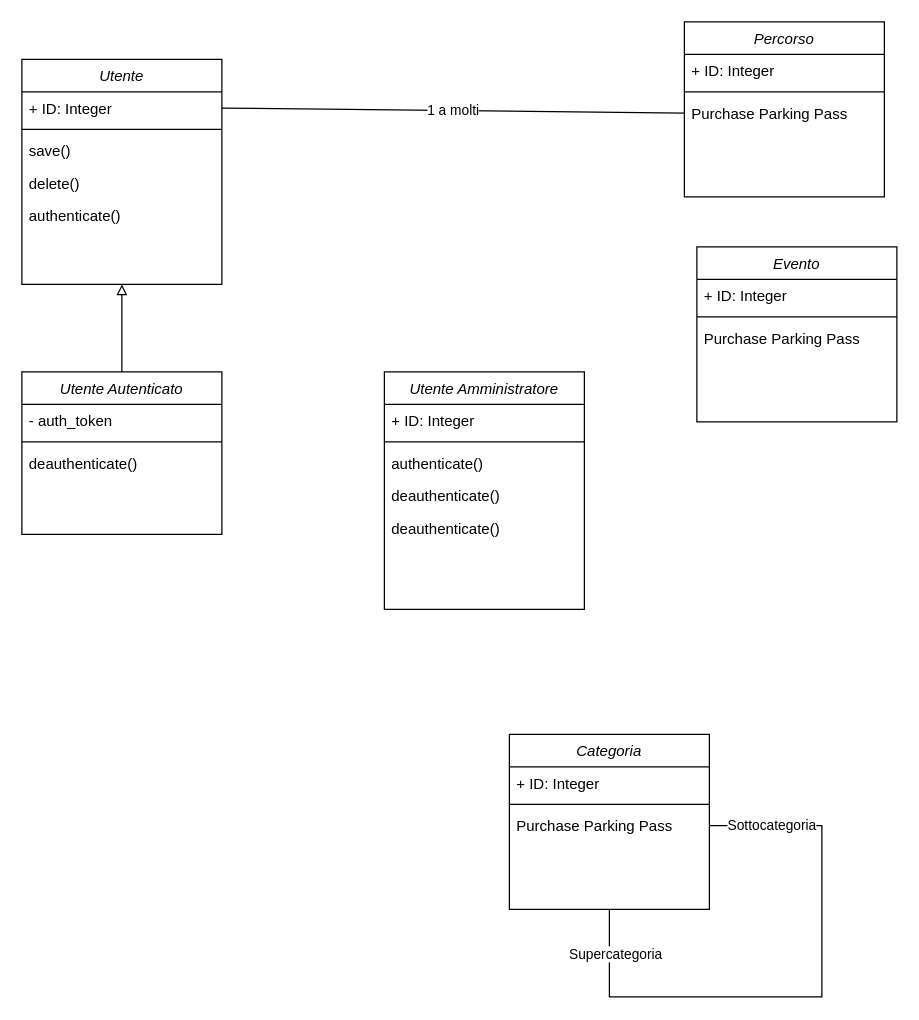
Before: Deliverable-2/class_diagram.drawio in ELI20ZIVI/BeeLive, a draw.io diagram. Source tidied: cells renumbered, new cells numbered last; positions are measured from the earlier drawing's top-left corner, leaving out a move shared by most shapes. Both pictures are drawn from the tidied source at 125%, with x=0, y=0 at pixel (21, 21).
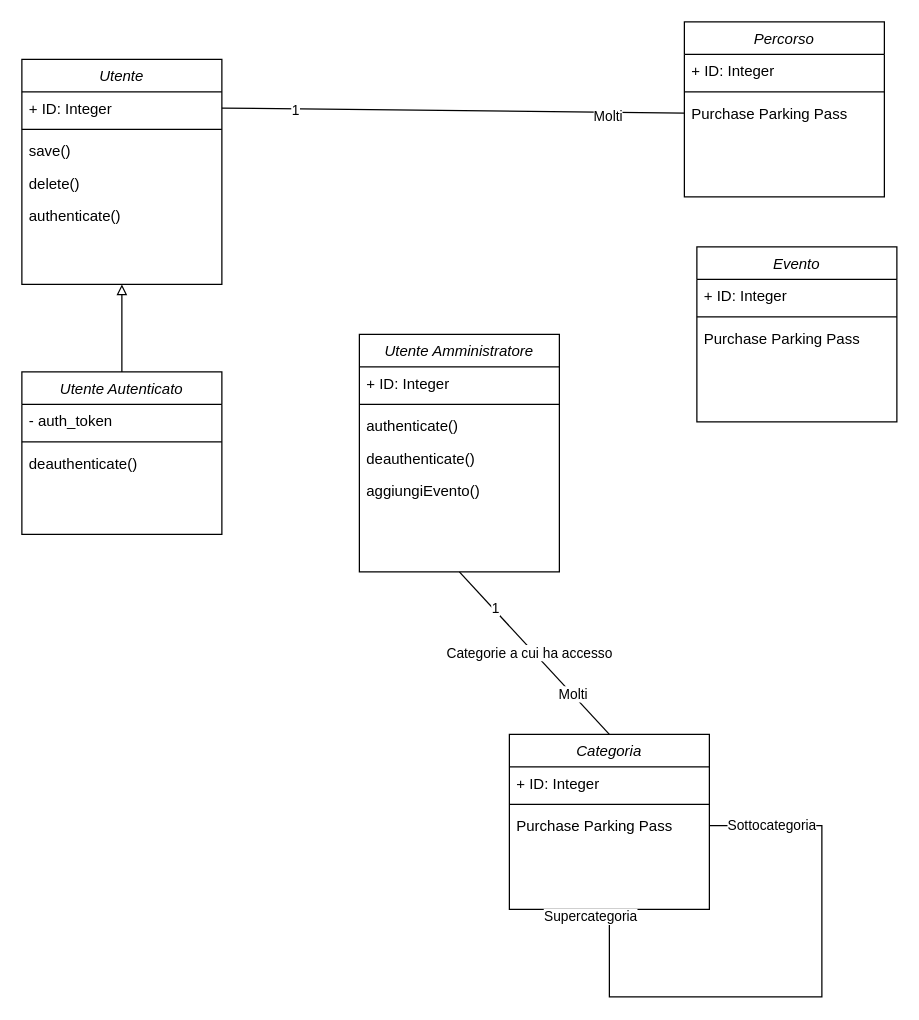
The same diagram, later.

Commit message:
class_diagram

Unchanged cells that the change refers to:
```xml
<mxCell id="3" value="+ ID: Integer" style="text;align=left;verticalAlign=top;spacingLeft=4;spacingRight=4;overflow=hidden;points=[[0,0.5],[1,0.5]];portConstraint=eastwest;" parent="2" vertex="1">
  <mxGeometry y="26" width="160" height="26" as="geometry" />
</mxCell>
<mxCell id="11" value="Purchase Parking Pass" style="text;align=left;verticalAlign=top;spacingLeft=4;spacingRight=4;overflow=hidden;points=[[0,0.5],[1,0.5]];portConstraint=eastwest;" parent="8" vertex="1">
  <mxGeometry y="60" width="160" height="26" as="geometry" />
</mxCell>
<mxCell id="28" value="Categoria" style="swimlane;fontStyle=2;align=center;verticalAlign=top;horizontal=1;startSize=26;rounded=0;shadow=0;strokeWidth=1;" parent="1" vertex="1">
  <mxGeometry x="390" y="570" width="160" height="140" as="geometry" />
</mxCell>
<mxCell id="31" style="edgeStyle=orthogonalEdgeStyle;rounded=0;jettySize=auto;html=1;exitX=1;exitY=0.5;exitDx=0;exitDy=0;entryX=0.5;entryY=1;entryDx=0;entryDy=0;endArrow=none;endFill=0;" parent="28" edge="1" source="34" target="28">
  <mxGeometry relative="1" as="geometry">
    <Array as="points">
      <mxPoint x="250" y="73" />
      <mxPoint x="250" y="210" />
      <mxPoint x="80" y="210" />
    </Array>
  </mxGeometry>
</mxCell>
```

Change to the diagram source:
```diff
@@
+    <mxCell id="35" style="rounded=0;jettySize=auto;html=1;exitX=0.5;exitY=1;exitDx=0;exitDy=0;entryX=0.5;entryY=0;entryDx=0;entryDy=0;endArrow=none;endFill=0;" parent="1" edge="1" source="17" target="28">
+      <mxGeometry relative="1" as="geometry" />
+    </mxCell>
+    <mxCell id="36" value="1" style="edgeLabel;html=1;align=center;verticalAlign=middle;" parent="35" vertex="1">
+      <mxGeometry x="-0.54" y="1" relative="1" as="geometry">
+        <mxPoint y="-1" as="offset" />
+      </mxGeometry>
+    </mxCell>
+    <mxCell id="37" value="Molti" style="edgeLabel;html=1;align=center;verticalAlign=middle;" parent="35" vertex="1">
+      <mxGeometry x="0.5" y="1" relative="1" as="geometry" />
+    </mxCell>
+    <mxCell id="38" value="Categorie a cui ha accesso" style="edgeLabel;html=1;align=center;verticalAlign=middle;" parent="35" vertex="1">
+      <mxGeometry x="-0.03" y="-4" relative="1" as="geometry">
+        <mxPoint y="-1" as="offset" />
+      </mxGeometry>
+    </mxCell>
     <mxCell id="17" value="Utente Amministratore" style="swimlane;fontStyle=2;align=center;verticalAlign=top;horizontal=1;startSize=26;rounded=0;shadow=0;strokeWidth=1;" parent="1" vertex="1">
-      <mxGeometry x="290" y="280" width="160" height="190" as="geometry" />
+      <mxGeometry x="270" y="250" width="160" height="190" as="geometry" />
     </mxCell>
@@
-    <mxCell id="22" value="deauthenticate()" style="text;align=left;verticalAlign=top;spacingLeft=4;spacingRight=4;overflow=hidden;" parent="17" vertex="1">
+    <mxCell id="22" value="aggiungiEvento()" style="text;align=left;verticalAlign=top;spacingLeft=4;spacingRight=4;overflow=hidden;" parent="17" vertex="1">
       <mxGeometry y="112" width="160" height="26" as="geometry" />
     </mxCell>
-    <mxCell id="23" value="1 a molti" style="rounded=0;jettySize=auto;html=1;exitX=1;exitY=0.5;exitDx=0;exitDy=0;entryX=0;entryY=0.5;entryDx=0;entryDy=0;endArrow=none;endFill=0;" parent="1" edge="1" source="3" target="11">
+    <mxCell id="23" style="rounded=0;jettySize=auto;html=1;exitX=1;exitY=0.5;exitDx=0;exitDy=0;entryX=0;entryY=0.5;entryDx=0;entryDy=0;endArrow=none;endFill=0;" parent="1" edge="1" source="3" target="11">
       <mxGeometry relative="1" as="geometry" />
     </mxCell>
+    <mxCell id="39" value="1" style="edgeLabel;html=1;align=center;verticalAlign=middle;" parent="23" vertex="1">
+      <mxGeometry x="-0.68" y="-1" relative="1" as="geometry" />
+    </mxCell>
+    <mxCell id="40" value="Molti" style="edgeLabel;html=1;align=center;verticalAlign=middle;" parent="23" vertex="1">
+      <mxGeometry x="0.67" y="-3" relative="1" as="geometry" />
+    </mxCell>
@@
     <mxCell id="33" value="&lt;div&gt;Supercategoria&lt;/div&gt;" style="edgeLabel;html=1;align=center;verticalAlign=middle;" parent="31" vertex="1">
-      <mxGeometry x="0.85" y="-4" relative="1" as="geometry" />
+      <mxGeometry x="0.85" y="-4" relative="1" as="geometry">
+        <mxPoint x="-20" y="-30" as="offset" />
+      </mxGeometry>
     </mxCell>
```
